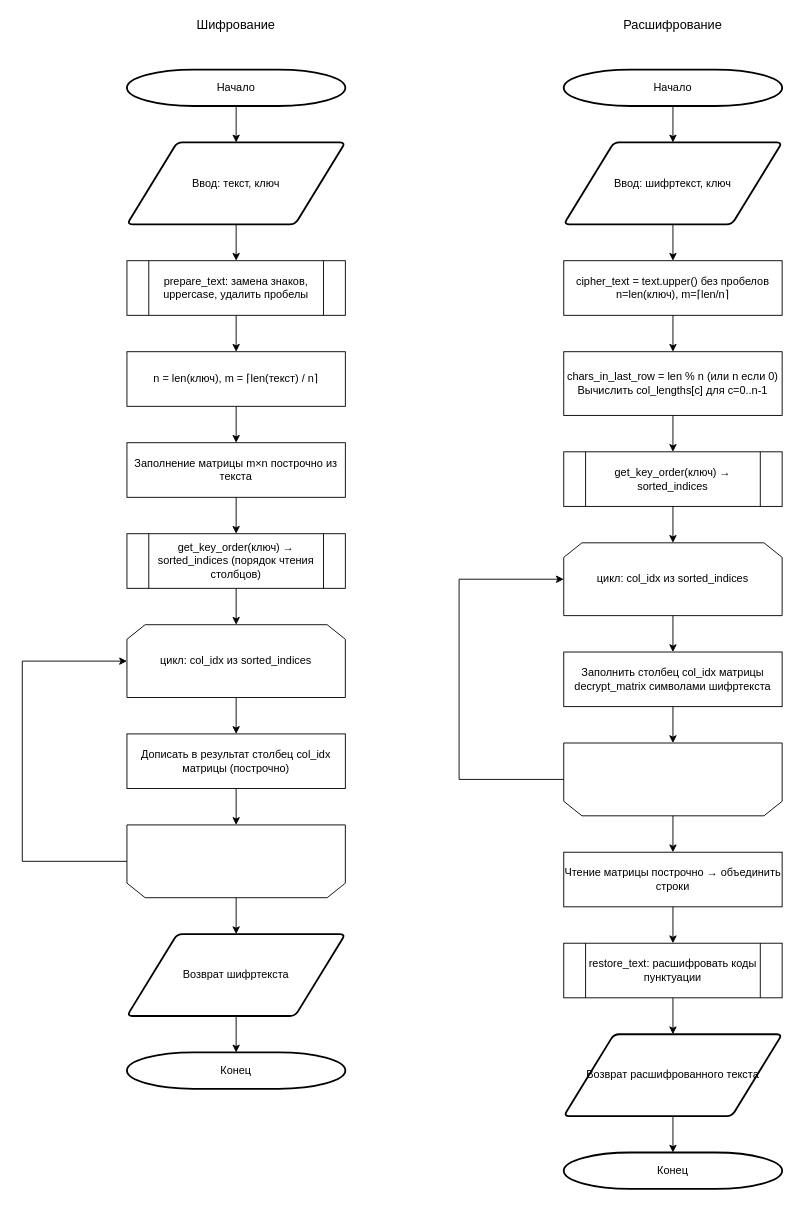
Before: vertical_diagram.drawio in Laincetta/mospolytech-cryptography, a draw.io diagram. Source tidied: cells renumbered, new cells numbered last; positions are measured from the earlier drawing's top-left corner, leaving out a move shared by most shapes. Both pictures are drawn from the tidied source at 91%, with x=0, y=0 at pixel (22, 15).
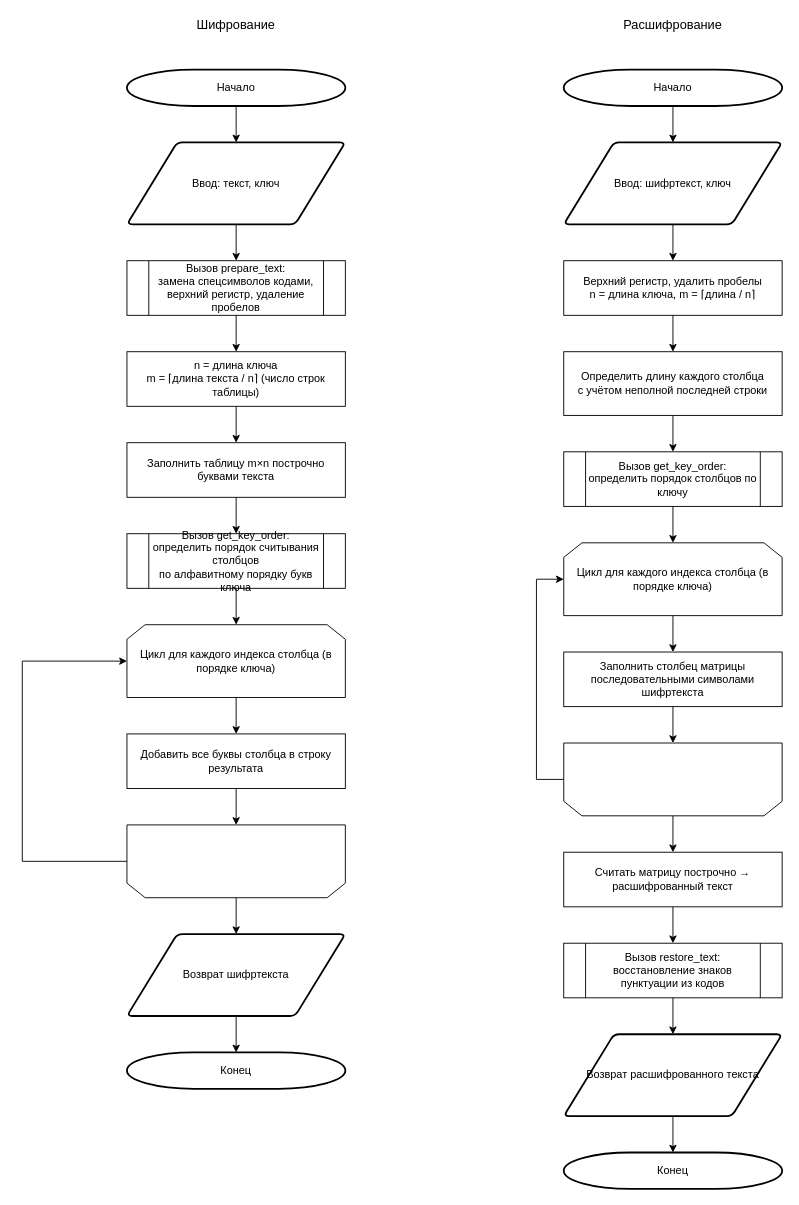
After the change.

Unchanged cells that the change refers to:
```xml
<mxCell id="35" style="text;html=1;whiteSpace=wrap;strokeColor=none;fillColor=none;opacity=0;" parent="1" vertex="1">
  <mxGeometry x="595" y="799" width="240" height="80" as="geometry" />
</mxCell>
```

The edit, as a diff of the source:
```diff
@@
-    <mxCell id="5" value="prepare_text: замена знаков, uppercase, удалить пробелы" style="shape=process;whiteSpace=wrap;html=1;backgroundOutline=1;" parent="1" vertex="1">
+    <mxCell id="5" value="Вызов prepare_text:&#10;замена спецсимволов кодами, верхний регистр, удаление пробелов" style="shape=process;whiteSpace=wrap;html=1;backgroundOutline=1;" parent="1" vertex="1">
       <mxGeometry x="115" y="269" width="240" height="60" as="geometry" />
     </mxCell>
-    <mxCell id="6" value="n = len(ключ), m = ⌈len(текст) / n⌉" style="rounded=0;whiteSpace=wrap;html=1;" parent="1" vertex="1">
+    <mxCell id="6" value="n = длина ключа&#10;m = ⌈длина текста / n⌉ (число строк таблицы)" style="rounded=0;whiteSpace=wrap;html=1;" parent="1" vertex="1">
       <mxGeometry x="115" y="369" width="240" height="60" as="geometry" />
     </mxCell>
-    <mxCell id="7" value="Заполнение матрицы m×n построчно из текста" style="rounded=0;whiteSpace=wrap;html=1;" parent="1" vertex="1">
+    <mxCell id="7" value="Заполнить таблицу m×n построчно буквами текста" style="rounded=0;whiteSpace=wrap;html=1;" parent="1" vertex="1">
       <mxGeometry x="115" y="469" width="240" height="60" as="geometry" />
     </mxCell>
-    <mxCell id="8" value="get_key_order(ключ) → sorted_indices (порядок чтения столбцов)" style="shape=process;whiteSpace=wrap;html=1;backgroundOutline=1;" parent="1" vertex="1">
+    <mxCell id="8" value="Вызов get_key_order:&#10;определить порядок считывания столбцов&#10;по алфавитному порядку букв ключа" style="shape=process;whiteSpace=wrap;html=1;backgroundOutline=1;" parent="1" vertex="1">
       <mxGeometry x="115" y="569" width="240" height="60" as="geometry" />
     </mxCell>
-    <mxCell id="9" value="цикл: col_idx из sorted_indices" style="shape=loopLimit;whiteSpace=wrap;html=1;" parent="1" vertex="1">
+    <mxCell id="9" value="Цикл для каждого индекса столбца (в порядке ключа)" style="shape=loopLimit;whiteSpace=wrap;html=1;" parent="1" vertex="1">
       <mxGeometry x="115" y="669" width="240" height="80" as="geometry" />
     </mxCell>
-    <mxCell id="10" value="Дописать в результат столбец col_idx матрицы (построчно)" style="rounded=0;whiteSpace=wrap;html=1;" parent="1" vertex="1">
+    <mxCell id="10" value="Добавить все буквы столбца в строку результата" style="rounded=0;whiteSpace=wrap;html=1;" parent="1" vertex="1">
       <mxGeometry x="115" y="789" width="240" height="60" as="geometry" />
     </mxCell>
@@
-    <mxCell id="29" value="cipher_text = text.upper() без пробелов&#10;n=len(ключ), m=⌈len/n⌉" style="rounded=0;whiteSpace=wrap;html=1;" parent="1" vertex="1">
+    <mxCell id="29" value="Верхний регистр, удалить пробелы&#10;n = длина ключа,  m = ⌈длина / n⌉" style="rounded=0;whiteSpace=wrap;html=1;" parent="1" vertex="1">
       <mxGeometry x="595" y="269" width="240" height="60" as="geometry" />
     </mxCell>
-    <mxCell id="30" value="chars_in_last_row = len % n (или n если 0)&#10;Вычислить col_lengths[c] для c=0..n-1" style="rounded=0;whiteSpace=wrap;html=1;" parent="1" vertex="1">
+    <mxCell id="30" value="Определить длину каждого столбца&#10;с учётом неполной последней строки" style="rounded=0;whiteSpace=wrap;html=1;" parent="1" vertex="1">
       <mxGeometry x="595" y="369" width="240" height="70" as="geometry" />
     </mxCell>
-    <mxCell id="31" value="get_key_order(ключ) → sorted_indices" style="shape=process;whiteSpace=wrap;html=1;backgroundOutline=1;" parent="1" vertex="1">
+    <mxCell id="31" value="Вызов get_key_order:&#10;определить порядок столбцов по ключу" style="shape=process;whiteSpace=wrap;html=1;backgroundOutline=1;" parent="1" vertex="1">
       <mxGeometry x="595" y="479" width="240" height="60" as="geometry" />
     </mxCell>
-    <mxCell id="32" value="цикл: col_idx из sorted_indices" style="shape=loopLimit;whiteSpace=wrap;html=1;" parent="1" vertex="1">
+    <mxCell id="32" value="Цикл для каждого индекса столбца (в порядке ключа)" style="shape=loopLimit;whiteSpace=wrap;html=1;" parent="1" vertex="1">
       <mxGeometry x="595" y="579" width="240" height="80" as="geometry" />
     </mxCell>
-    <mxCell id="33" value="Заполнить столбец col_idx матрицы decrypt_matrix символами шифртекста" style="rounded=0;whiteSpace=wrap;html=1;" parent="1" vertex="1">
+    <mxCell id="33" value="Заполнить столбец матрицы последовательными символами шифртекста" style="rounded=0;whiteSpace=wrap;html=1;" parent="1" vertex="1">
       <mxGeometry x="595" y="699" width="240" height="60" as="geometry" />
     </mxCell>
@@
-    <mxCell id="36" value="Чтение матрицы построчно → объединить строки" style="rounded=0;whiteSpace=wrap;html=1;" parent="1" vertex="1">
+    <mxCell id="36" value="Считать матрицу построчно → расшифрованный текст" style="rounded=0;whiteSpace=wrap;html=1;" parent="1" vertex="1">
       <mxGeometry x="595" y="919" width="240" height="60" as="geometry" />
     </mxCell>
-    <mxCell id="37" value="restore_text: расшифровать коды пунктуации" style="shape=process;whiteSpace=wrap;html=1;backgroundOutline=1;" parent="1" vertex="1">
+    <mxCell id="37" value="Вызов restore_text:&#10;восстановление знаков пунктуации из кодов" style="shape=process;whiteSpace=wrap;html=1;backgroundOutline=1;" parent="1" vertex="1">
       <mxGeometry x="595" y="1019" width="240" height="60" as="geometry" />
     </mxCell>
@@
     <mxCell id="47" style="edgeStyle=orthogonalEdgeStyle;rounded=0;jettySize=auto;html=1;exitX=0;exitY=0.5;exitDx=0;exitDy=0;entryX=0;entryY=0.5;entryDx=0;entryDy=0;" parent="1" edge="1" source="35" target="32">
       <mxGeometry relative="1" as="geometry">
         <Array as="points">
-          <mxPoint x="480" y="839" />
-          <mxPoint x="480" y="619" />
+          <mxPoint x="565" y="839" />
+          <mxPoint x="565" y="619" />
         </Array>
       </mxGeometry>
     </mxCell>
```
